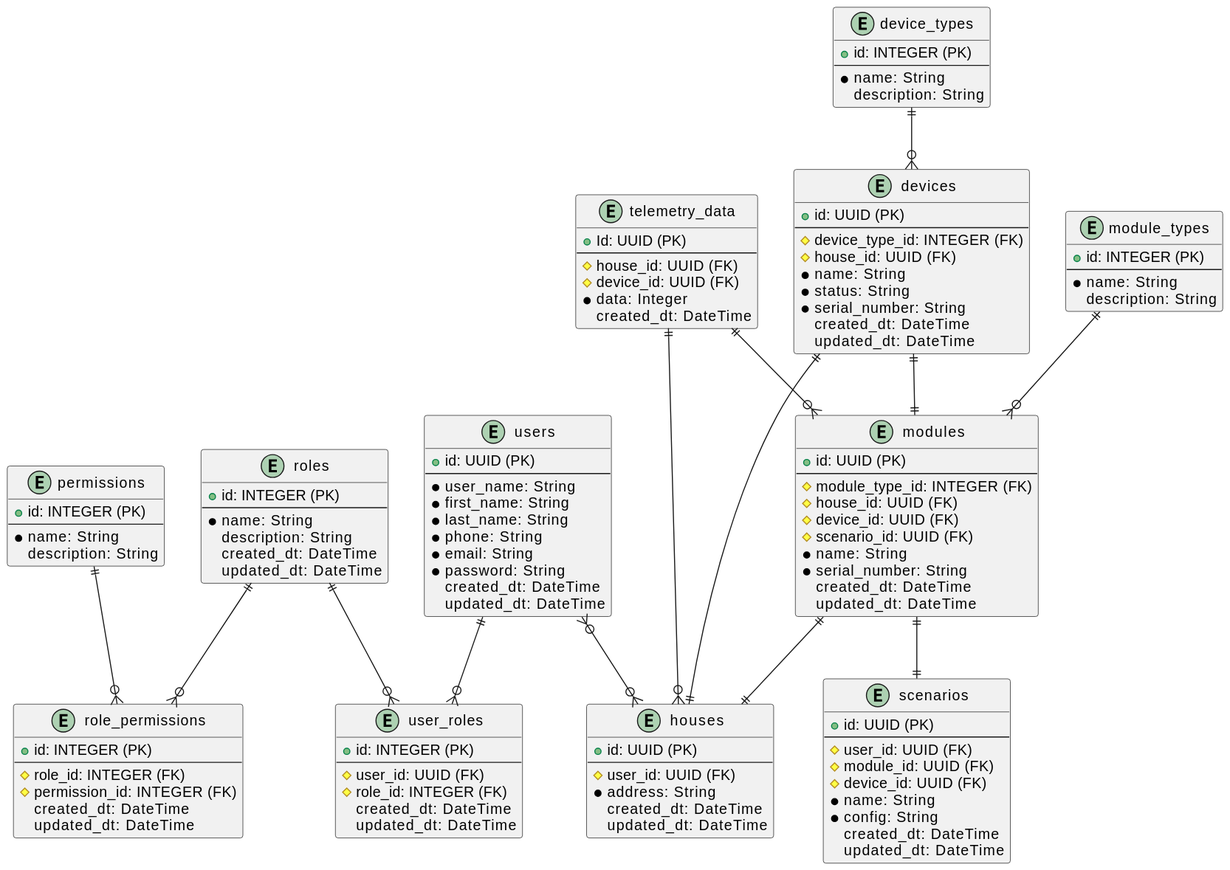
Above: diagrams/microservice_arch/ERD.svg in Konstantin-Chemesov/architecture-sprint-3 (PlantUML), before the change.
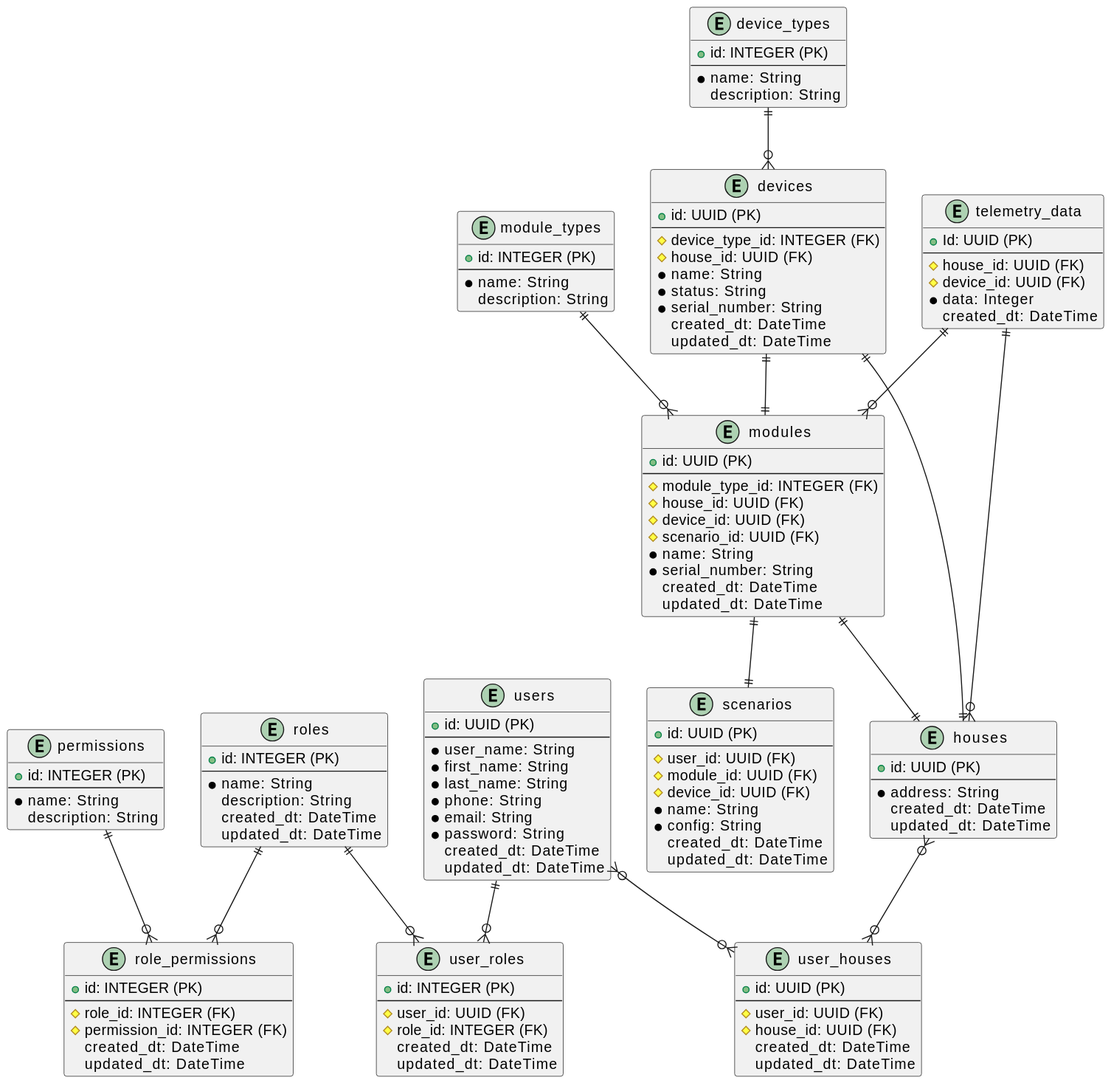
Later version of the same file.

Commit message:
[A] Added user_houses many to many relation

What changed in the source:
```diff
@@ -49,8 +49,16 @@
 entity houses {
   + id: UUID (PK)
   --
+  * address: String
+  created_dt: DateTime
+  updated_dt: DateTime
+}
+
+entity user_houses {
+  + id: UUID (PK)
+  --
   # user_id: UUID (FK)
-  * address: String
+  # house_id: UUID (FK)
   created_dt: DateTime
   updated_dt: DateTime
 }
@@ -119,7 +127,8 @@
 roles ||--o{ user_roles
 roles ||--o{ role_permissions
 permissions ||--o{ role_permissions
-users }o--o{ houses
+users }o--o{ user_houses
+houses }o--o{ user_houses
 module_types ||--o{ modules
 modules ||--|| houses
 device_types ||--o{ devices
```
